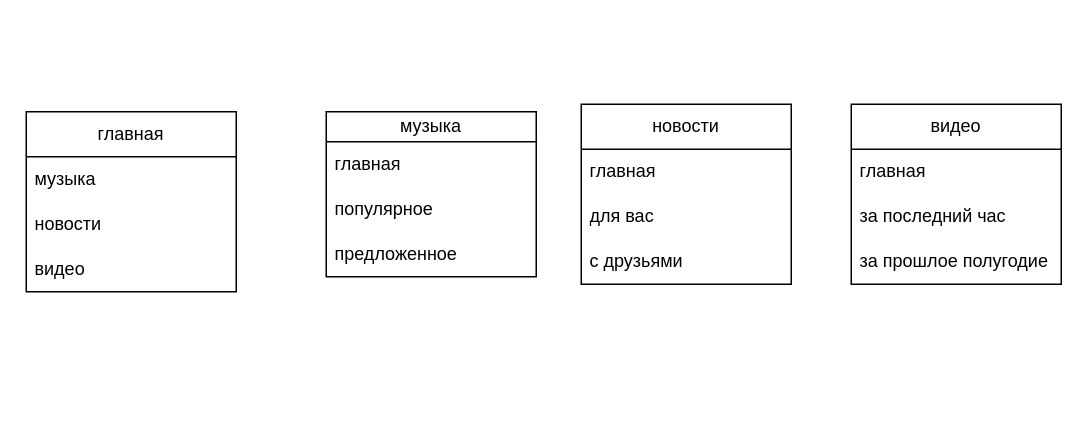
Above: схема.drawio in Danila7926/Algoritmkukushkin (draw.io), before the change. Source tidied: cells renumbered, new cells numbered last; positions are measured from the earlier drawing's top-left corner, leaving out a move shared by most shapes. Both pictures are drawn from the tidied source at 150%, with x=0, y=0 at pixel (26, 104).
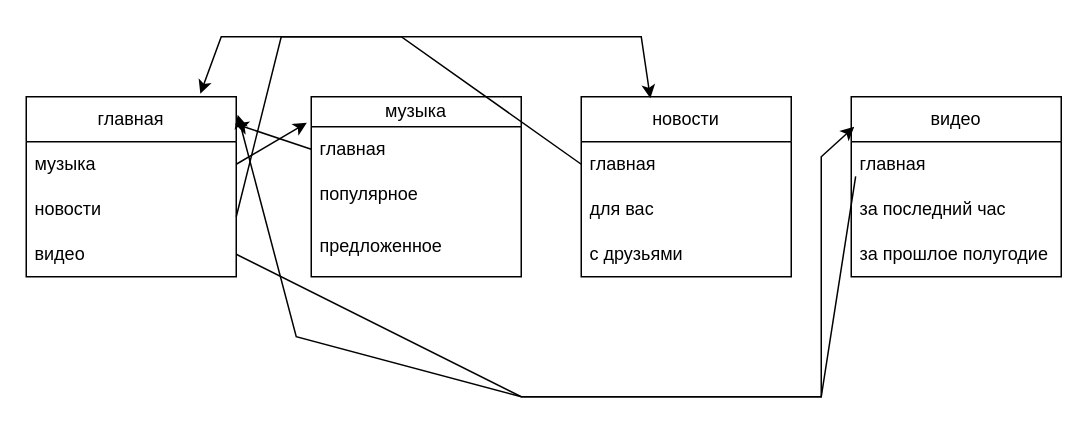
The same diagram, later.

Unchanged cells that the change refers to:
```xml
<mxCell id="3" value="музыка" style="text;strokeColor=none;fillColor=none;align=left;verticalAlign=middle;spacingLeft=4;spacingRight=4;overflow=hidden;points=[[0,0.5],[1,0.5]];portConstraint=eastwest;whiteSpace=wrap;html=1;" parent="2" vertex="1">
  <mxGeometry y="30" width="140" height="30" as="geometry" />
</mxCell>
<mxCell id="5" value="видео" style="text;strokeColor=none;fillColor=none;align=left;verticalAlign=middle;spacingLeft=4;spacingRight=4;overflow=hidden;points=[[0,0.5],[1,0.5]];portConstraint=eastwest;whiteSpace=wrap;html=1;" parent="2" vertex="1">
  <mxGeometry y="90" width="140" height="30" as="geometry" />
</mxCell>
<mxCell id="7" value="главная" style="text;strokeColor=none;fillColor=none;align=left;verticalAlign=middle;spacingLeft=4;spacingRight=4;overflow=hidden;points=[[0,0.5],[1,0.5]];portConstraint=eastwest;whiteSpace=wrap;html=1;" parent="6" vertex="1">
  <mxGeometry y="20" width="140" height="30" as="geometry" />
</mxCell>
<mxCell id="11" value="главная" style="text;strokeColor=none;fillColor=none;align=left;verticalAlign=middle;spacingLeft=4;spacingRight=4;overflow=hidden;points=[[0,0.5],[1,0.5]];portConstraint=eastwest;whiteSpace=wrap;html=1;" parent="10" vertex="1">
  <mxGeometry y="30" width="140" height="30" as="geometry" />
</mxCell>
<mxCell id="15" value="главная" style="text;strokeColor=none;fillColor=none;align=left;verticalAlign=middle;spacingLeft=4;spacingRight=4;overflow=hidden;points=[[0,0.5],[1,0.5]];portConstraint=eastwest;whiteSpace=wrap;html=1;" parent="14" vertex="1">
  <mxGeometry y="30" width="140" height="30" as="geometry" />
</mxCell>
```

Change to the diagram source:
```diff
@@
     <mxCell id="2" value="главная" style="swimlane;fontStyle=0;horizontal=1;startSize=30;whiteSpace=wrap;html=1;" parent="1" vertex="1">
-      <mxGeometry y="5" width="140" height="120" as="geometry" />
+      <mxGeometry y="-5" width="140" height="120" as="geometry" />
     </mxCell>
@@
     <mxCell id="6" value="музыка" style="swimlane;fontStyle=0;horizontal=1;startSize=20;whiteSpace=wrap;html=1;" parent="1" vertex="1">
-      <mxGeometry x="200" y="5" width="140" height="110" as="geometry" />
+      <mxGeometry x="190" y="-5" width="140" height="120" as="geometry" />
     </mxCell>
@@
     <mxCell id="9" value="предложенное" style="text;strokeColor=none;fillColor=none;align=left;verticalAlign=middle;spacingLeft=4;spacingRight=4;overflow=hidden;whiteSpace=wrap;html=1;" parent="6" vertex="1">
-      <mxGeometry y="80" width="140" height="30" as="geometry" />
+      <mxGeometry y="80" width="140" height="40" as="geometry" />
     </mxCell>
     <mxCell id="10" value="новости" style="swimlane;fontStyle=0;horizontal=1;startSize=30;whiteSpace=wrap;html=1;" parent="1" vertex="1">
-      <mxGeometry x="370" width="140" height="120" as="geometry" />
+      <mxGeometry x="370" y="-5" width="140" height="120" as="geometry" />
     </mxCell>
@@
     <mxCell id="14" value="видео" style="swimlane;fontStyle=0;horizontal=1;startSize=30;whiteSpace=wrap;html=1;" parent="1" vertex="1">
-      <mxGeometry x="550" width="140" height="120" as="geometry" />
+      <mxGeometry x="550" y="-5" width="140" height="120" as="geometry" />
     </mxCell>
@@
+    <mxCell id="18" style="endArrow=classic;html=1;rounded=0;exitX=1;exitY=0.5;exitDx=0;exitDy=0;entryX=-0.021;entryY=0.145;entryDx=0;entryDy=0;entryPerimeter=0;" parent="1" edge="1" source="3" target="6">
+      <mxGeometry relative="1" as="geometry" />
+    </mxCell>
+    <mxCell id="19" style="endArrow=classic;html=1;rounded=0;exitX=0;exitY=0.5;exitDx=0;exitDy=0;entryX=0.993;entryY=0.15;entryDx=0;entryDy=0;entryPerimeter=0;" parent="1" edge="1" source="7" target="2">
+      <mxGeometry relative="1" as="geometry" />
+    </mxCell>
+    <mxCell id="20" style="endArrow=classic;html=1;rounded=0;entryX=0.329;entryY=0.008;entryDx=0;entryDy=0;entryPerimeter=0;" parent="1" edge="1" target="10">
+      <mxGeometry relative="1" as="geometry">
+        <mxPoint x="140" y="75" as="sourcePoint" />
+        <Array as="points">
+          <mxPoint x="170" y="-45" />
+          <mxPoint x="410" y="-45" />
+        </Array>
+      </mxGeometry>
+    </mxCell>
+    <mxCell id="21" style="endArrow=classic;html=1;rounded=0;exitX=0;exitY=0.5;exitDx=0;exitDy=0;entryX=0.829;entryY=-0.017;entryDx=0;entryDy=0;entryPerimeter=0;" parent="1" edge="1" source="11" target="2">
+      <mxGeometry relative="1" as="geometry">
+        <Array as="points">
+          <mxPoint x="250" y="-45" />
+          <mxPoint x="130" y="-45" />
+        </Array>
+      </mxGeometry>
+    </mxCell>
+    <mxCell id="22" style="endArrow=classic;html=1;rounded=0;exitX=1;exitY=0.5;exitDx=0;exitDy=0;entryX=0.014;entryY=0.167;entryDx=0;entryDy=0;entryPerimeter=0;" parent="1" edge="1" source="5" target="14">
+      <mxGeometry relative="1" as="geometry">
+        <Array as="points">
+          <mxPoint x="330" y="195" />
+          <mxPoint x="530" y="195" />
+          <mxPoint x="530" y="35" />
+        </Array>
+      </mxGeometry>
+    </mxCell>
+    <mxCell id="23" style="endArrow=classic;html=1;rounded=0;exitX=0.021;exitY=0.767;exitDx=0;exitDy=0;exitPerimeter=0;entryX=1.007;entryY=0.1;entryDx=0;entryDy=0;entryPerimeter=0;" parent="1" edge="1" source="15" target="2">
+      <mxGeometry relative="1" as="geometry">
+        <Array as="points">
+          <mxPoint x="530" y="195" />
+          <mxPoint x="370" y="195" />
+          <mxPoint x="330" y="195" />
+          <mxPoint x="180" y="155" />
+        </Array>
+      </mxGeometry>
+    </mxCell>
```
